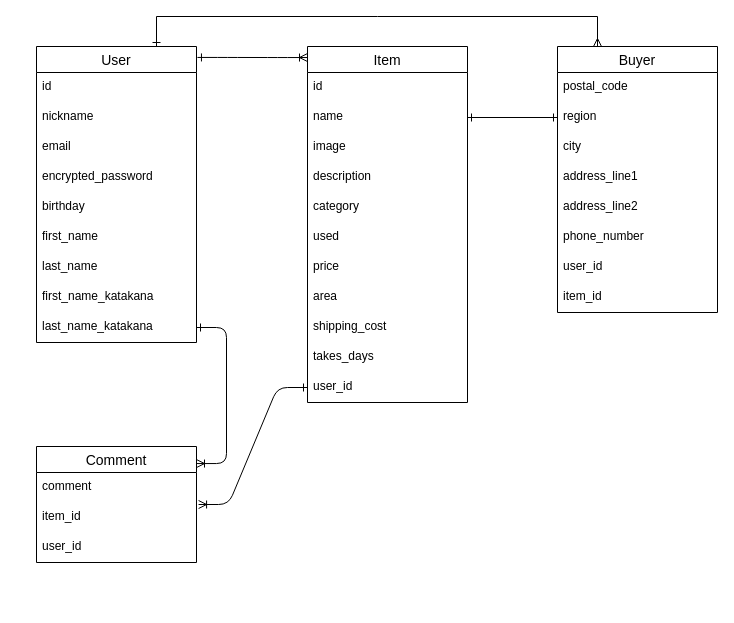
Earlier version of the draw.io diagram test.dio (YShu518/furima-35833). Source tidied: cells renumbered, new cells numbered last; positions are measured from the earlier drawing's top-left corner, leaving out a move shared by most shapes. Both pictures are drawn from the tidied source at 100%, with x=0, y=0 at pixel (36, 16).
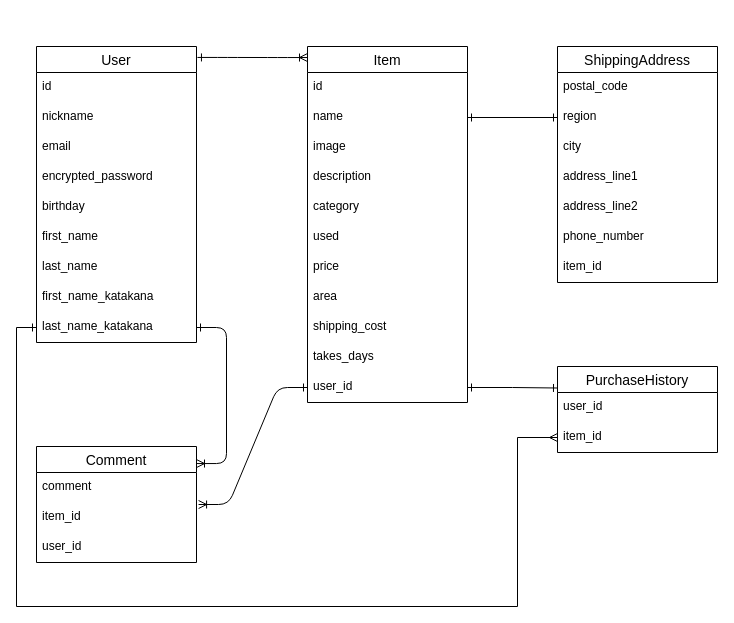
The same page after the edit.

Unchanged cells that the change refers to:
```xml
<mxCell id="3" value="User" style="swimlane;fontStyle=0;horizontal=1;startSize=26;align=center;fontSize=14;" parent="1" vertex="1">
  <mxGeometry y="30" width="160" height="296" as="geometry" />
</mxCell>
<mxCell id="12" value="last_name_katakana" style="text;strokeColor=none;fillColor=none;spacingLeft=4;spacingRight=4;overflow=hidden;points=[[0,0.5],[1,0.5]];portConstraint=eastwest;fontSize=12;" parent="3" vertex="1">
  <mxGeometry y="266" width="160" height="30" as="geometry" />
</mxCell>
<mxCell id="25" value="user_id" style="text;strokeColor=none;fillColor=none;spacingLeft=4;spacingRight=4;overflow=hidden;points=[[0,0.5],[1,0.5]];portConstraint=eastwest;fontSize=12;" parent="14" vertex="1">
  <mxGeometry y="326" width="160" height="30" as="geometry" />
</mxCell>
```

What changed in the source:
```diff
@@
-    <mxCell id="2" style="edgeStyle=none;rounded=0;jettySize=auto;html=1;exitX=0.75;exitY=0;exitDx=0;exitDy=0;entryX=0.25;entryY=0;entryDx=0;entryDy=0;startArrow=ERone;startFill=0;endArrow=ERmany;endFill=0;" parent="1" edge="1" source="3" target="33">
-      <mxGeometry relative="1" as="geometry">
-        <Array as="points">
-          <mxPoint x="120" />
-          <mxPoint x="341" />
-          <mxPoint x="561" />
-        </Array>
-      </mxGeometry>
-    </mxCell>
@@
-    <mxCell id="33" value="Buyer" style="swimlane;fontStyle=0;horizontal=1;startSize=26;align=center;fontSize=14;" parent="1" vertex="1">
-      <mxGeometry x="521" y="30" width="160" height="266" as="geometry" />
+    <mxCell id="33" value="ShippingAddress" style="swimlane;fontStyle=0;horizontal=1;startSize=26;align=center;fontSize=14;" parent="1" vertex="1">
+      <mxGeometry x="521" y="30" width="160" height="236" as="geometry" />
     </mxCell>
@@
+    <mxCell id="41" value="item_id" style="text;strokeColor=none;fillColor=none;spacingLeft=4;spacingRight=4;overflow=hidden;fontSize=12;" parent="33" vertex="1">
+      <mxGeometry y="206" width="160" height="30" as="geometry" />
+    </mxCell>
+    <mxCell id="42" value="PurchaseHistory" style="swimlane;fontStyle=0;horizontal=1;startSize=26;align=center;fontSize=14;" parent="1" vertex="1">
+      <mxGeometry x="521" y="350" width="160" height="86" as="geometry" />
+    </mxCell>
-    <mxCell id="40" value="user_id" style="text;strokeColor=none;fillColor=none;spacingLeft=4;spacingRight=4;overflow=hidden;fontSize=12;" parent="33" vertex="1">
-      <mxGeometry y="206" width="160" height="30" as="geometry" />
+    <mxCell id="40" value="user_id" style="text;strokeColor=none;fillColor=none;spacingLeft=4;spacingRight=4;overflow=hidden;fontSize=12;" parent="42" vertex="1">
+      <mxGeometry y="26" width="160" height="30" as="geometry" />
     </mxCell>
-    <mxCell id="41" value="item_id" style="text;strokeColor=none;fillColor=none;spacingLeft=4;spacingRight=4;overflow=hidden;fontSize=12;" parent="33" vertex="1">
-      <mxGeometry y="236" width="160" height="30" as="geometry" />
-    </mxCell>
+    <mxCell id="43" value="item_id" style="text;strokeColor=none;fillColor=none;spacingLeft=4;spacingRight=4;overflow=hidden;points=[[0,0.5],[1,0.5]];portConstraint=eastwest;fontSize=12;" parent="42" vertex="1">
+      <mxGeometry y="56" width="160" height="30" as="geometry" />
+    </mxCell>
+    <mxCell id="44" style="edgeStyle=orthogonalEdgeStyle;rounded=0;jettySize=auto;html=1;exitX=1;exitY=0.5;exitDx=0;exitDy=0;" parent="1" edge="1" source="12">
+      <mxGeometry relative="1" as="geometry">
+        <mxPoint x="160" y="311" as="targetPoint" />
+      </mxGeometry>
+    </mxCell>
+    <mxCell id="45" style="edgeStyle=orthogonalEdgeStyle;rounded=0;jettySize=auto;html=1;exitX=1;exitY=0.5;exitDx=0;exitDy=0;entryX=0;entryY=0.25;entryDx=0;entryDy=0;endArrow=ERone;endFill=0;startArrow=ERone;startFill=0;" parent="1" edge="1" source="25" target="42">
+      <mxGeometry relative="1" as="geometry" />
+    </mxCell>
+    <mxCell id="46" style="edgeStyle=orthogonalEdgeStyle;rounded=0;jettySize=auto;html=1;exitX=0;exitY=0.5;exitDx=0;exitDy=0;entryX=0;entryY=0.5;entryDx=0;entryDy=0;startArrow=ERone;startFill=0;endArrow=ERmany;endFill=0;" parent="1" edge="1" source="12" target="43">
+      <mxGeometry relative="1" as="geometry">
+        <Array as="points">
+          <mxPoint x="-20" y="311" />
+          <mxPoint x="-20" y="590" />
+          <mxPoint x="481" y="590" />
+          <mxPoint x="481" y="421" />
+        </Array>
+      </mxGeometry>
+    </mxCell>
```
